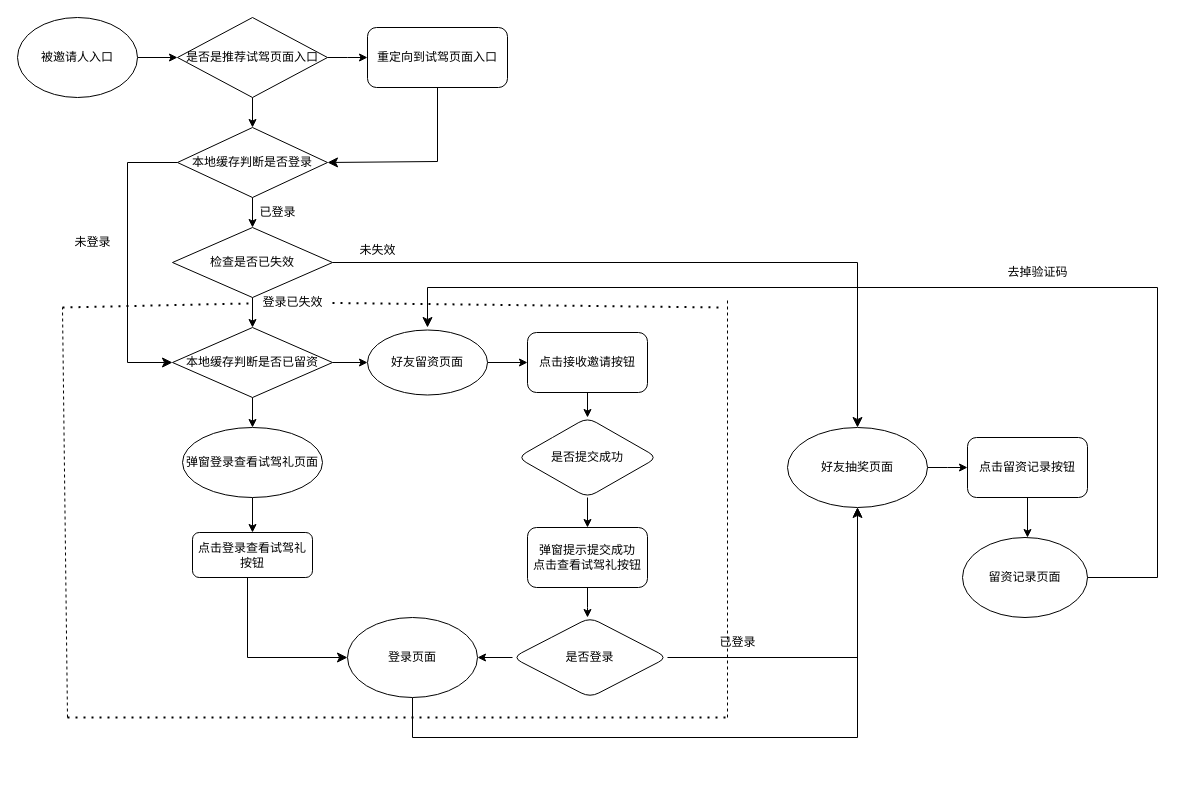
Before: 未命名绘图1.drawio in SCVAMY/weidaima_, a draw.io diagram. Source tidied: cells renumbered, new cells numbered last; positions are measured from the earlier drawing's top-left corner, leaving out a move shared by most shapes. Both pictures are drawn from the tidied source at 100%, with x=0, y=0 at pixel (17, 17).
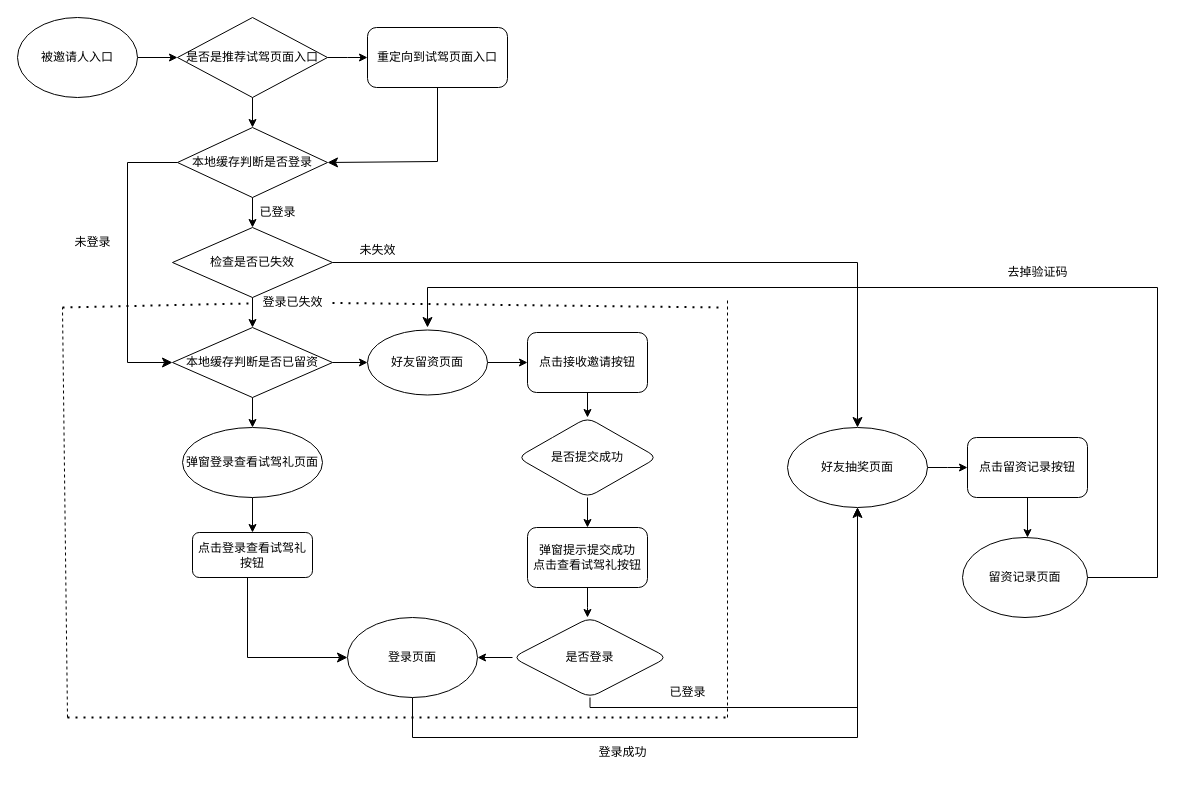
The same page after the edit.

Commit message:
更新未命名绘图1.drawio

Unchanged cells that the change refers to:
```xml
<mxCell id="33" value="是否登录" style="rhombus;whiteSpace=wrap;html=1;rounded=1;" parent="1" vertex="1">
  <mxGeometry x="495" y="600" width="155" height="80" as="geometry" />
</mxCell>
<mxCell id="39" value="好友抽奖页面" style="ellipse;whiteSpace=wrap;html=1;rounded=1;" parent="1" vertex="1">
  <mxGeometry x="770" y="410" width="140" height="80" as="geometry" />
</mxCell>
```

Diff of the diagram source:
```diff
@@
     <mxCell id="46" style="edgeStyle=segmentEdgeStyle;endArrow=classic;html=1;curved=0;rounded=0;endSize=8;startSize=8;entryX=0.5;entryY=1;entryDx=0;entryDy=0;" parent="1" edge="1" source="33" target="39">
-      <mxGeometry relative="1" as="geometry" />
+      <mxGeometry relative="1" as="geometry">
+        <Array as="points">
+          <mxPoint x="573" y="690" />
+          <mxPoint x="840" y="690" />
+        </Array>
+      </mxGeometry>
     </mxCell>
     <mxCell id="47" value="已登录" style="text;html=1;align=center;verticalAlign=middle;strokeColor=none;fillColor=none;" parent="1" vertex="1">
-      <mxGeometry x="690" y="610" width="60" height="30" as="geometry" />
+      <mxGeometry x="640" y="660" width="60" height="30" as="geometry" />
     </mxCell>
@@
+    <mxCell id="53" value="登录成功" style="text;html=1;align=center;verticalAlign=middle;strokeColor=none;fillColor=none;" parent="1" vertex="1">
+      <mxGeometry x="570" y="720" width="70" height="30" as="geometry" />
+    </mxCell>
```
